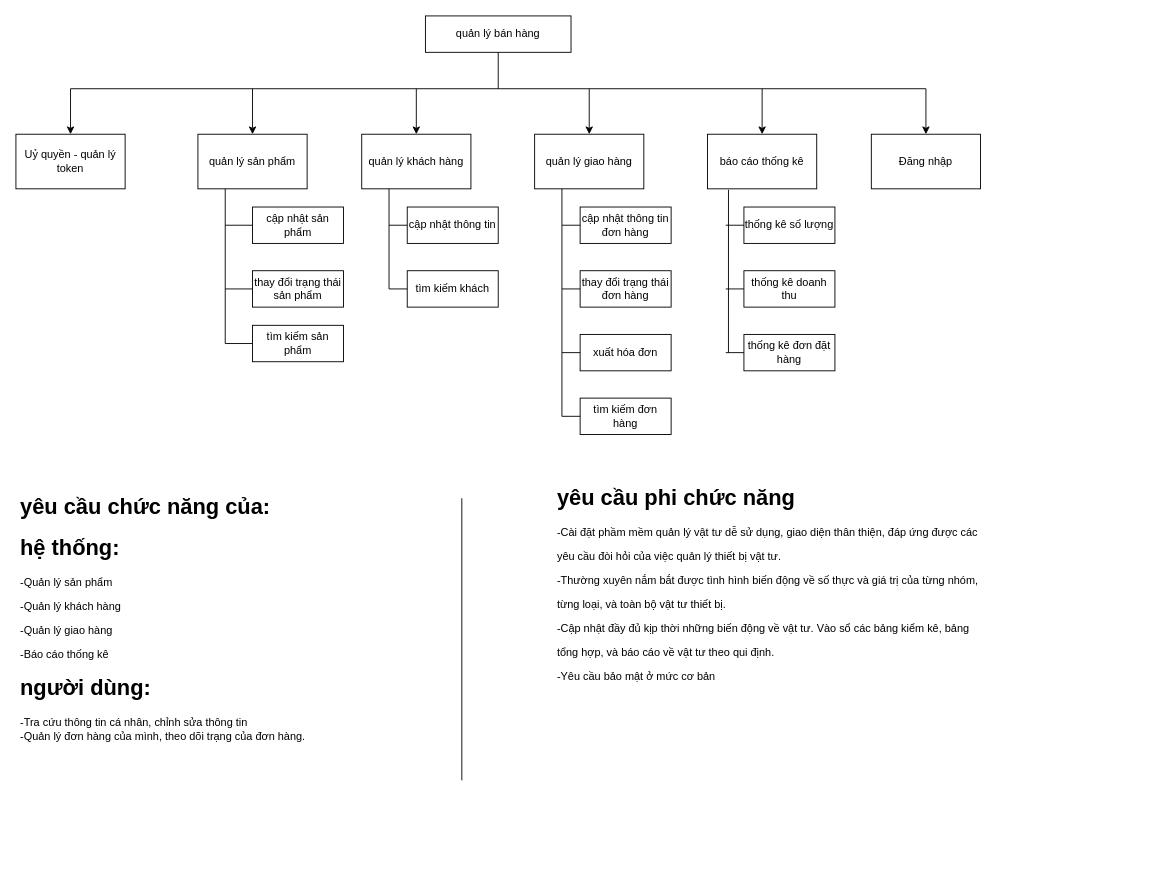
Earlier version of the draw.io diagram page "Page-1" (1 of 2) of bfd.drawio (xxminhmie/override-project-document). Source tidied: cells renumbered, new cells numbered last; positions are measured from the earlier drawing's top-left corner, leaving out a move shared by most shapes. Both pictures are drawn from the tidied source at 91%, with x=0, y=0 at pixel (15, 15).
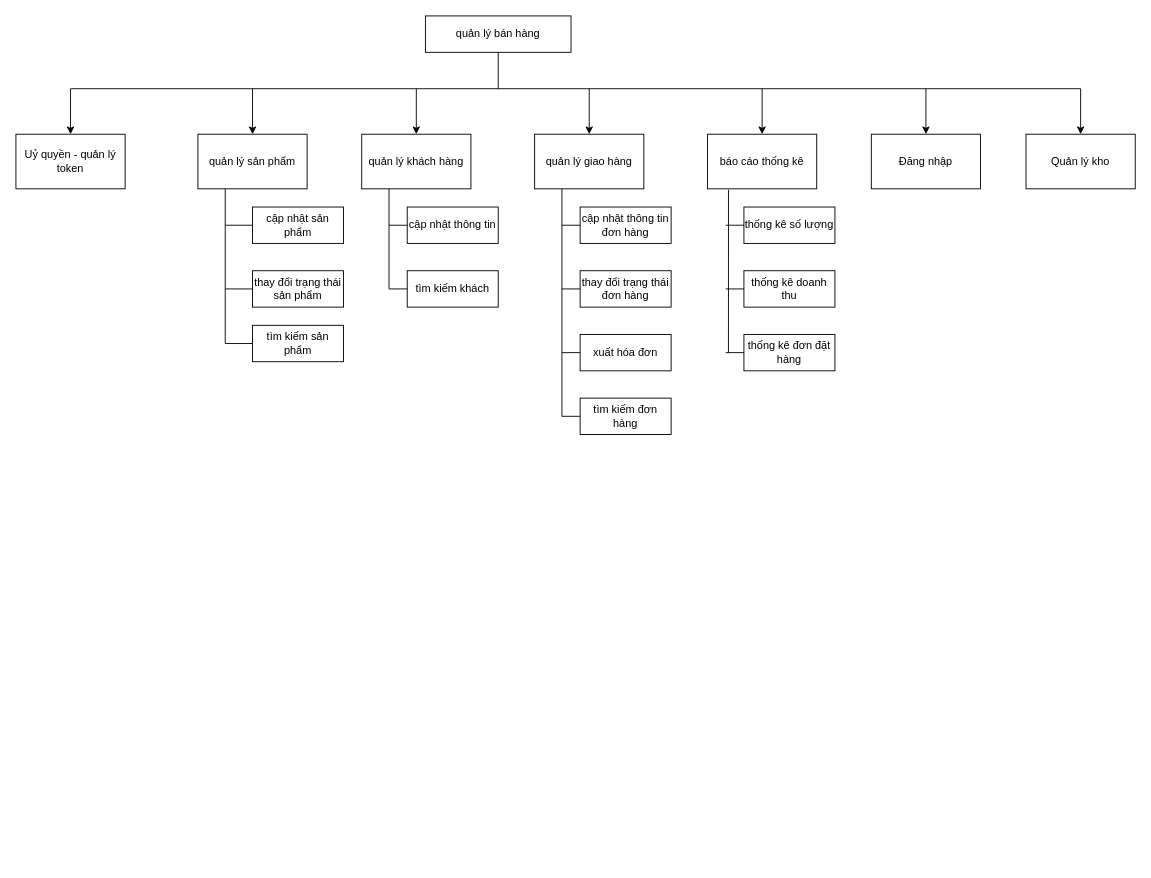
Above is the later version.

What changed in the source:
```diff
@@
     <mxCell id="8" style="endArrow=none;html=1;" parent="1" edge="1">
       <mxGeometry relative="1" as="geometry">
         <mxPoint x="60" y="80" as="sourcePoint" />
-        <mxPoint x="1000" y="80" as="targetPoint" />
+        <mxPoint x="1170" y="80" as="targetPoint" />
       </mxGeometry>
     </mxCell>
@@
-    <mxCell id="43" value="&lt;h1&gt;yêu cầu chức năng của:&amp;nbsp;&lt;/h1&gt;&lt;h1&gt;hệ thống:&amp;nbsp; &amp;nbsp; &amp;nbsp; &amp;nbsp; &amp;nbsp; &amp;nbsp; &amp;nbsp; &amp;nbsp; &amp;nbsp; &amp;nbsp; &amp;nbsp;&lt;/h1&gt;&lt;p&gt;-Quản lý sản phẩm&lt;/p&gt;&lt;p&gt;-Quản lý khách hàng&lt;/p&gt;&lt;p&gt;-Quản lý giao hàng&lt;/p&gt;&lt;p&gt;-Báo cáo thống kê&lt;/p&gt;&lt;h1&gt;người dùng:&lt;/h1&gt;&lt;div&gt;-Tra cứu thông tin cá nhân, chỉnh sửa thông tin&lt;/div&gt;&lt;div&gt;-Quản lý đơn hàng của mình, theo dõi trạng của đơn hàng.&lt;/div&gt;" style="text;html=1;strokeColor=none;fillColor=none;spacing=5;spacingTop=-20;whiteSpace=wrap;overflow=hidden;rounded=0;" parent="1" vertex="1">
-      <mxGeometry y="520" width="460" height="410" as="geometry" />
-    </mxCell>
-    <mxCell id="44" value="&lt;h1&gt;yêu cầu phi chức năng&lt;/h1&gt;&lt;p&gt;-Cài đặt phầm mềm quản lý vật tư dễ sử dụng, giao diện thân thiện, đáp ứng được các&lt;/p&gt;&lt;p&gt;yêu cầu đòi hỏi của việc quản lý thiết bị vật tư.&lt;/p&gt;&lt;p&gt;-Thường xuyên nắm bắt được tình hình biến động về số thực và giá trị của từng nhóm,&lt;/p&gt;&lt;p&gt;từng loại, và toàn bộ vật tư thiết bị.&lt;/p&gt;&lt;p&gt;-Cập nhật đầy đủ kịp thời những biến động về vật tư. Vào sổ các bảng kiểm kê, bảng&lt;/p&gt;&lt;p&gt;tổng hợp, và báo cáo về vật tư theo qui định.&lt;/p&gt;&lt;p&gt;-Yêu cầu bảo mật ở mức cơ bản&lt;br&gt;&lt;/p&gt;" style="text;html=1;strokeColor=none;fillColor=none;spacing=5;spacingTop=-20;whiteSpace=wrap;overflow=hidden;rounded=0;" parent="1" vertex="1">
-      <mxGeometry x="590" y="510" width="580" height="330" as="geometry" />
-    </mxCell>
-    <mxCell id="45" style="endArrow=none;html=1;" parent="1" edge="1">
-      <mxGeometry relative="1" as="geometry">
-        <mxPoint x="490" y="530" as="sourcePoint" />
-        <mxPoint x="490" y="840" as="targetPoint" />
-      </mxGeometry>
-    </mxCell>
@@
+    <mxCell id="49" value="Quản lý kho" style="rounded=0;whiteSpace=wrap;html=1;" parent="1" vertex="1">
+      <mxGeometry x="1110" y="130" width="120" height="60" as="geometry" />
+    </mxCell>
+    <mxCell id="50" style="endArrow=classic;html=1;entryX=0.5;entryY=0;entryDx=0;entryDy=0;" parent="1" edge="1" target="49">
+      <mxGeometry relative="1" as="geometry">
+        <mxPoint x="1170" y="80" as="sourcePoint" />
+      </mxGeometry>
+    </mxCell>
```
